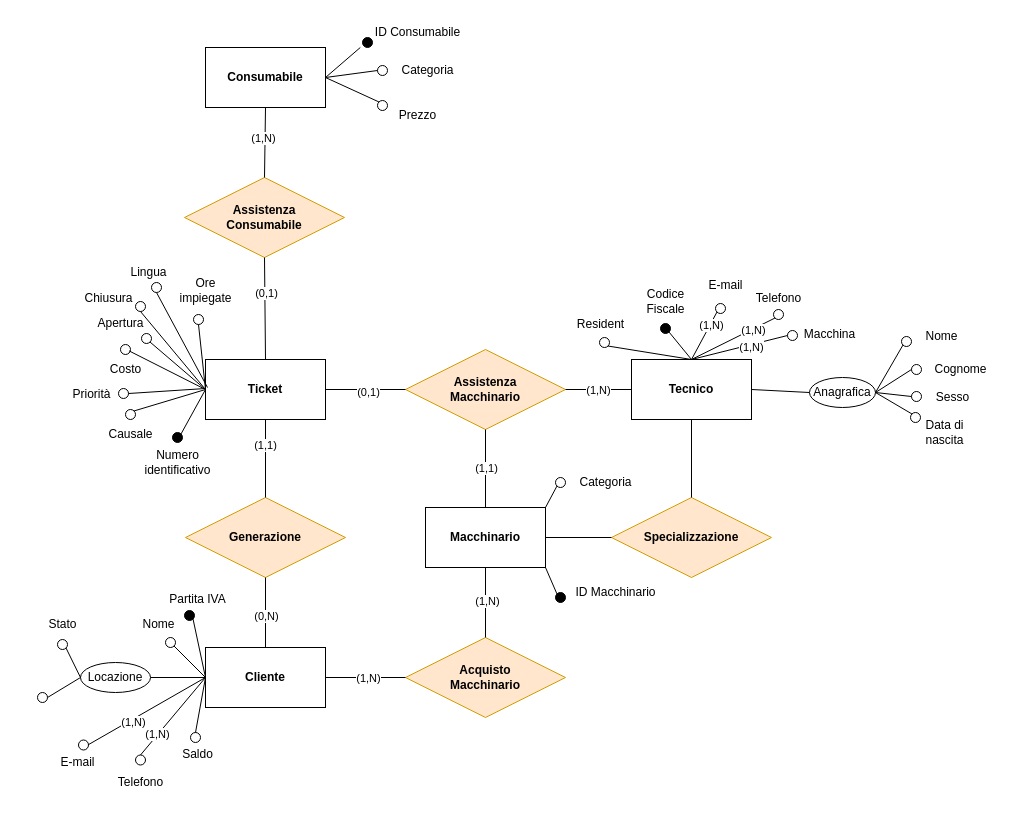
Before: Diagrammi/generalizzazione2.drawio in fedeStaffo/Progetto_Basi_di_dati, a draw.io diagram. Source tidied: cells renumbered, new cells numbered last; positions are measured from the earlier drawing's top-left corner, leaving out a move shared by most shapes. Both pictures are drawn from the tidied source at 100%, with x=0, y=0 at pixel (37, 17).
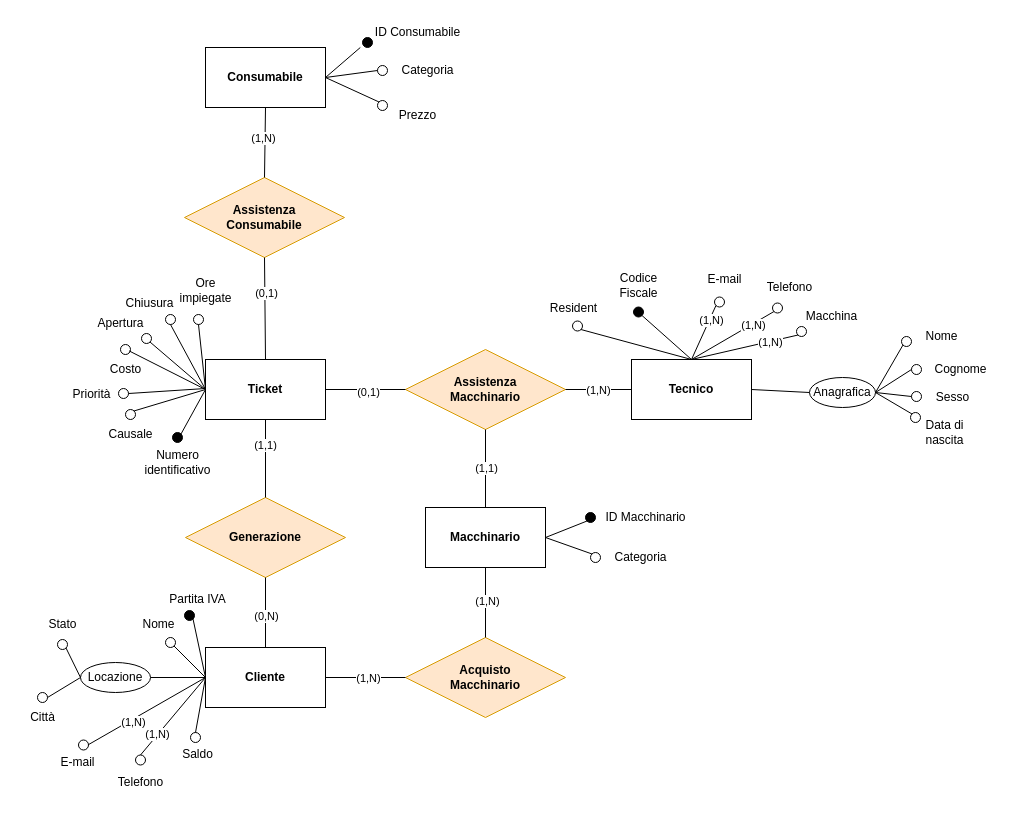
Above is the later version.

Commit message (it also covers changes not shown here):
modificata relazione competenza: specializzazione

Unchanged cells that the change refers to:
```xml
<mxCell id="4" value="&lt;b&gt;Tecnico&lt;/b&gt;" style="rounded=0;whiteSpace=wrap;html=1;" parent="1" vertex="1">
  <mxGeometry x="594" y="342" width="120" height="60" as="geometry" />
</mxCell>
<mxCell id="20" value="&lt;b&gt;Macchinario&lt;/b&gt;" style="rounded=0;whiteSpace=wrap;html=1;" parent="1" vertex="1">
  <mxGeometry x="388" y="490" width="120" height="60" as="geometry" />
</mxCell>
```

The edit, as a diff of the source:
```diff
@@
     <mxCell id="14" style="ellipse;whiteSpace=wrap;html=1;" parent="1" vertex="1">
-      <mxGeometry x="518" y="460" width="10" height="10" as="geometry" />
+      <mxGeometry x="553" y="535" width="10" height="10" as="geometry" />
     </mxCell>
     <mxCell id="15" style="ellipse;whiteSpace=wrap;html=1;fillColor=#000000;" parent="1" vertex="1">
-      <mxGeometry x="518" y="575" width="10" height="10" as="geometry" />
+      <mxGeometry x="548" y="495" width="10" height="10" as="geometry" />
     </mxCell>
     <mxCell id="16" value="ID Macchinario" style="text;html=1;align=center;verticalAlign=middle;strokeColor=none;fillColor=none;" parent="1" vertex="1">
-      <mxGeometry x="528" y="560" width="100" height="30" as="geometry" />
+      <mxGeometry x="558" y="485" width="100" height="30" as="geometry" />
     </mxCell>
     <mxCell id="17" value="Categoria" style="text;html=1;align=center;verticalAlign=middle;strokeColor=none;fillColor=none;" parent="1" vertex="1">
-      <mxGeometry x="528" y="450" width="80" height="30" as="geometry" />
+      <mxGeometry x="563" y="525" width="80" height="30" as="geometry" />
     </mxCell>
@@
     <mxCell id="21" style="ellipse;whiteSpace=wrap;html=1;fillColor=#000000;" parent="1" vertex="1">
-      <mxGeometry x="623" y="306" width="10" height="10" as="geometry" />
+      <mxGeometry x="596" y="289.5" width="10" height="10" as="geometry" />
     </mxCell>
@@
     <mxCell id="24" value="Codice&lt;br&gt;Fiscale" style="text;html=1;align=center;verticalAlign=middle;strokeColor=none;fillColor=none;" parent="1" vertex="1">
-      <mxGeometry x="598" y="264" width="60" height="40" as="geometry" />
+      <mxGeometry x="571" y="247.5" width="60" height="40" as="geometry" />
     </mxCell>
@@
     <mxCell id="32" style="ellipse;whiteSpace=wrap;html=1;" parent="1" vertex="1">
-      <mxGeometry x="562" y="320" width="10" height="10" as="geometry" />
+      <mxGeometry x="535" y="303.5" width="10" height="10" as="geometry" />
     </mxCell>
     <mxCell id="33" value="Resident" style="text;html=1;align=center;verticalAlign=middle;strokeColor=none;fillColor=none;" parent="1" vertex="1">
-      <mxGeometry x="528" y="292" width="70" height="30" as="geometry" />
+      <mxGeometry x="501" y="275.5" width="70" height="30" as="geometry" />
     </mxCell>
     <mxCell id="34" style="ellipse;whiteSpace=wrap;html=1;" parent="1" vertex="1">
-      <mxGeometry x="678" y="286" width="10" height="10" as="geometry" />
+      <mxGeometry x="677" y="279.5" width="10" height="10" as="geometry" />
     </mxCell>
     <mxCell id="35" value="E-mail" style="text;html=1;align=center;verticalAlign=middle;strokeColor=none;fillColor=none;" parent="1" vertex="1">
-      <mxGeometry x="658" y="253" width="60" height="30" as="geometry" />
+      <mxGeometry x="657" y="246.5" width="60" height="30" as="geometry" />
     </mxCell>
     <mxCell id="36" value="Telefono" style="text;html=1;align=center;verticalAlign=middle;strokeColor=none;fillColor=none;" parent="1" vertex="1">
-      <mxGeometry x="706" y="266" width="70" height="30" as="geometry" />
+      <mxGeometry x="717" y="255.1" width="70" height="30" as="geometry" />
     </mxCell>
     <mxCell id="37" style="ellipse;whiteSpace=wrap;html=1;" parent="1" vertex="1">
-      <mxGeometry x="736" y="292" width="10" height="10" as="geometry" />
+      <mxGeometry x="735" y="285.5" width="10" height="10" as="geometry" />
     </mxCell>
@@
     <mxCell id="79" value="Chiusura" style="text;html=1;align=center;verticalAlign=middle;strokeColor=none;fillColor=none;" parent="1" vertex="1">
-      <mxGeometry x="38" y="268" width="66" height="26" as="geometry" />
+      <mxGeometry x="79" y="272.5" width="66" height="26" as="geometry" />
     </mxCell>
@@
     <mxCell id="83" style="ellipse;whiteSpace=wrap;html=1;" parent="1" vertex="1">
-      <mxGeometry x="98" y="284" width="10" height="10" as="geometry" />
+      <mxGeometry x="128" y="297" width="10" height="10" as="geometry" />
     </mxCell>
@@
+    <mxCell id="126" style="endArrow=none;html=1;rounded=0;entryX=0;entryY=1;entryDx=0;entryDy=0;exitX=1;exitY=0.5;exitDx=0;exitDy=0;" parent="1" edge="1" source="20" target="15">
+      <mxGeometry relative="1" as="geometry" />
+    </mxCell>
+    <mxCell id="125" style="endArrow=none;html=1;rounded=0;entryX=0;entryY=0;entryDx=0;entryDy=0;exitX=1;exitY=0.5;exitDx=0;exitDy=0;" parent="1" edge="1" source="20" target="14">
+      <mxGeometry relative="1" as="geometry" />
+    </mxCell>
@@
-    <mxCell id="115" value="Lingua" style="text;html=1;align=center;verticalAlign=middle;strokeColor=none;fillColor=none;" parent="1" vertex="1">
-      <mxGeometry x="81" y="240" width="60" height="30" as="geometry" />
-    </mxCell>
-    <mxCell id="116" style="ellipse;whiteSpace=wrap;html=1;" parent="1" vertex="1">
-      <mxGeometry x="114" y="265" width="10" height="10" as="geometry" />
-    </mxCell>
-    <mxCell id="117" style="endArrow=none;html=1;rounded=0;entryX=0.5;entryY=1;entryDx=0;entryDy=0;" parent="1" edge="1" target="116">
-      <mxGeometry relative="1" as="geometry">
-        <mxPoint x="170" y="370" as="sourcePoint" />
-      </mxGeometry>
-    </mxCell>
-    <mxCell id="118" style="ellipse;whiteSpace=wrap;html=1;" parent="1" vertex="1">
-      <mxGeometry x="750" y="313" width="10" height="10" as="geometry" />
-    </mxCell>
+    <mxCell id="127" value="Città" style="text;html=1;align=center;verticalAlign=middle;strokeColor=none;fillColor=none;" parent="1" vertex="1">
+      <mxGeometry x="-20" y="685" width="50" height="30" as="geometry" />
+    </mxCell>
     <mxCell id="119" value="Macchina" style="text;html=1;align=center;verticalAlign=middle;strokeColor=none;fillColor=none;" parent="1" vertex="1">
-      <mxGeometry x="757" y="304" width="69" height="26" as="geometry" />
+      <mxGeometry x="759" y="283.5" width="70" height="30" as="geometry" />
     </mxCell>
-    <mxCell id="120" style="endArrow=none;html=1;rounded=0;exitX=0.5;exitY=0;exitDx=0;exitDy=0;entryX=0;entryY=0.5;entryDx=0;entryDy=0;" parent="1" edge="1" source="4" target="118">
-      <mxGeometry relative="1" as="geometry" />
-    </mxCell>
+    <mxCell id="128" style="ellipse;whiteSpace=wrap;html=1;" parent="1" vertex="1">
+      <mxGeometry x="759" y="309" width="10" height="10" as="geometry" />
+    </mxCell>
+    <mxCell id="129" style="endArrow=none;html=1;rounded=0;entryX=0;entryY=1;entryDx=0;entryDy=0;exitX=0.5;exitY=0;exitDx=0;exitDy=0;" parent="1" edge="1" source="4" target="128">
+      <mxGeometry relative="1" as="geometry" />
+    </mxCell>
-    <mxCell id="121" value="(1,N)" style="edgeLabel;html=1;align=center;verticalAlign=middle;" parent="120" vertex="1">
-      <mxGeometry x="-0.2" relative="1" as="geometry">
-        <mxPoint x="21" y="-3" as="offset" />
+    <mxCell id="121" value="(1,N)" style="edgeLabel;html=1;align=center;verticalAlign=middle;" parent="129" vertex="1">
+      <mxGeometry x="0.48" relative="1" as="geometry">
+        <mxPoint y="1" as="offset" />
       </mxGeometry>
     </mxCell>
-    <mxCell id="122" value="&lt;b&gt;Specializzazione&lt;br&gt;&lt;/b&gt;" style="rhombus;whiteSpace=wrap;html=1;fillColor=#ffe6cc;strokeColor=#d79b00;" parent="1" vertex="1">
-      <mxGeometry x="574" y="480" width="160" height="80" as="geometry" />
-    </mxCell>
-    <mxCell id="123" style="endArrow=none;html=1;rounded=0;exitX=1;exitY=0.5;exitDx=0;exitDy=0;entryX=0;entryY=0.5;entryDx=0;entryDy=0;" parent="1" edge="1" source="20" target="122">
-      <mxGeometry relative="1" as="geometry" />
-    </mxCell>
-    <mxCell id="124" style="endArrow=none;html=1;rounded=0;entryX=0.5;entryY=1;entryDx=0;entryDy=0;exitX=0.5;exitY=0;exitDx=0;exitDy=0;" parent="1" edge="1" source="122" target="4">
-      <mxGeometry relative="1" as="geometry" />
-    </mxCell>
-    <mxCell id="125" style="endArrow=none;html=1;rounded=0;exitX=1;exitY=0;exitDx=0;exitDy=0;entryX=0;entryY=1;entryDx=0;entryDy=0;" parent="1" edge="1" source="20" target="14">
-      <mxGeometry relative="1" as="geometry" />
-    </mxCell>
-    <mxCell id="126" style="endArrow=none;html=1;rounded=0;exitX=1;exitY=1;exitDx=0;exitDy=0;entryX=0;entryY=0;entryDx=0;entryDy=0;" parent="1" edge="1" source="20" target="15">
-      <mxGeometry relative="1" as="geometry" />
-    </mxCell>
```
